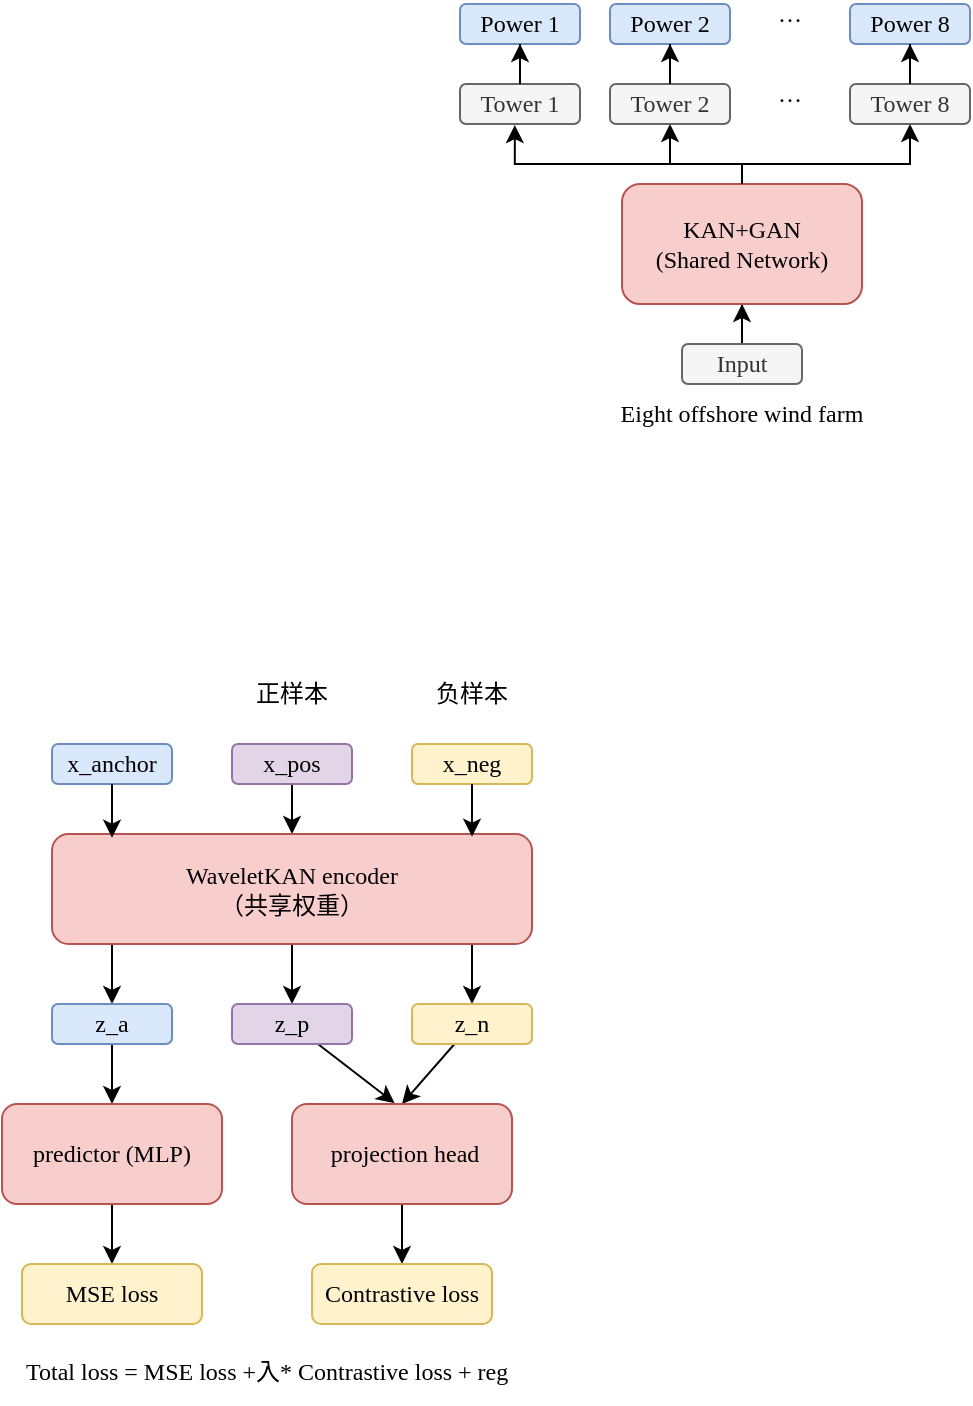
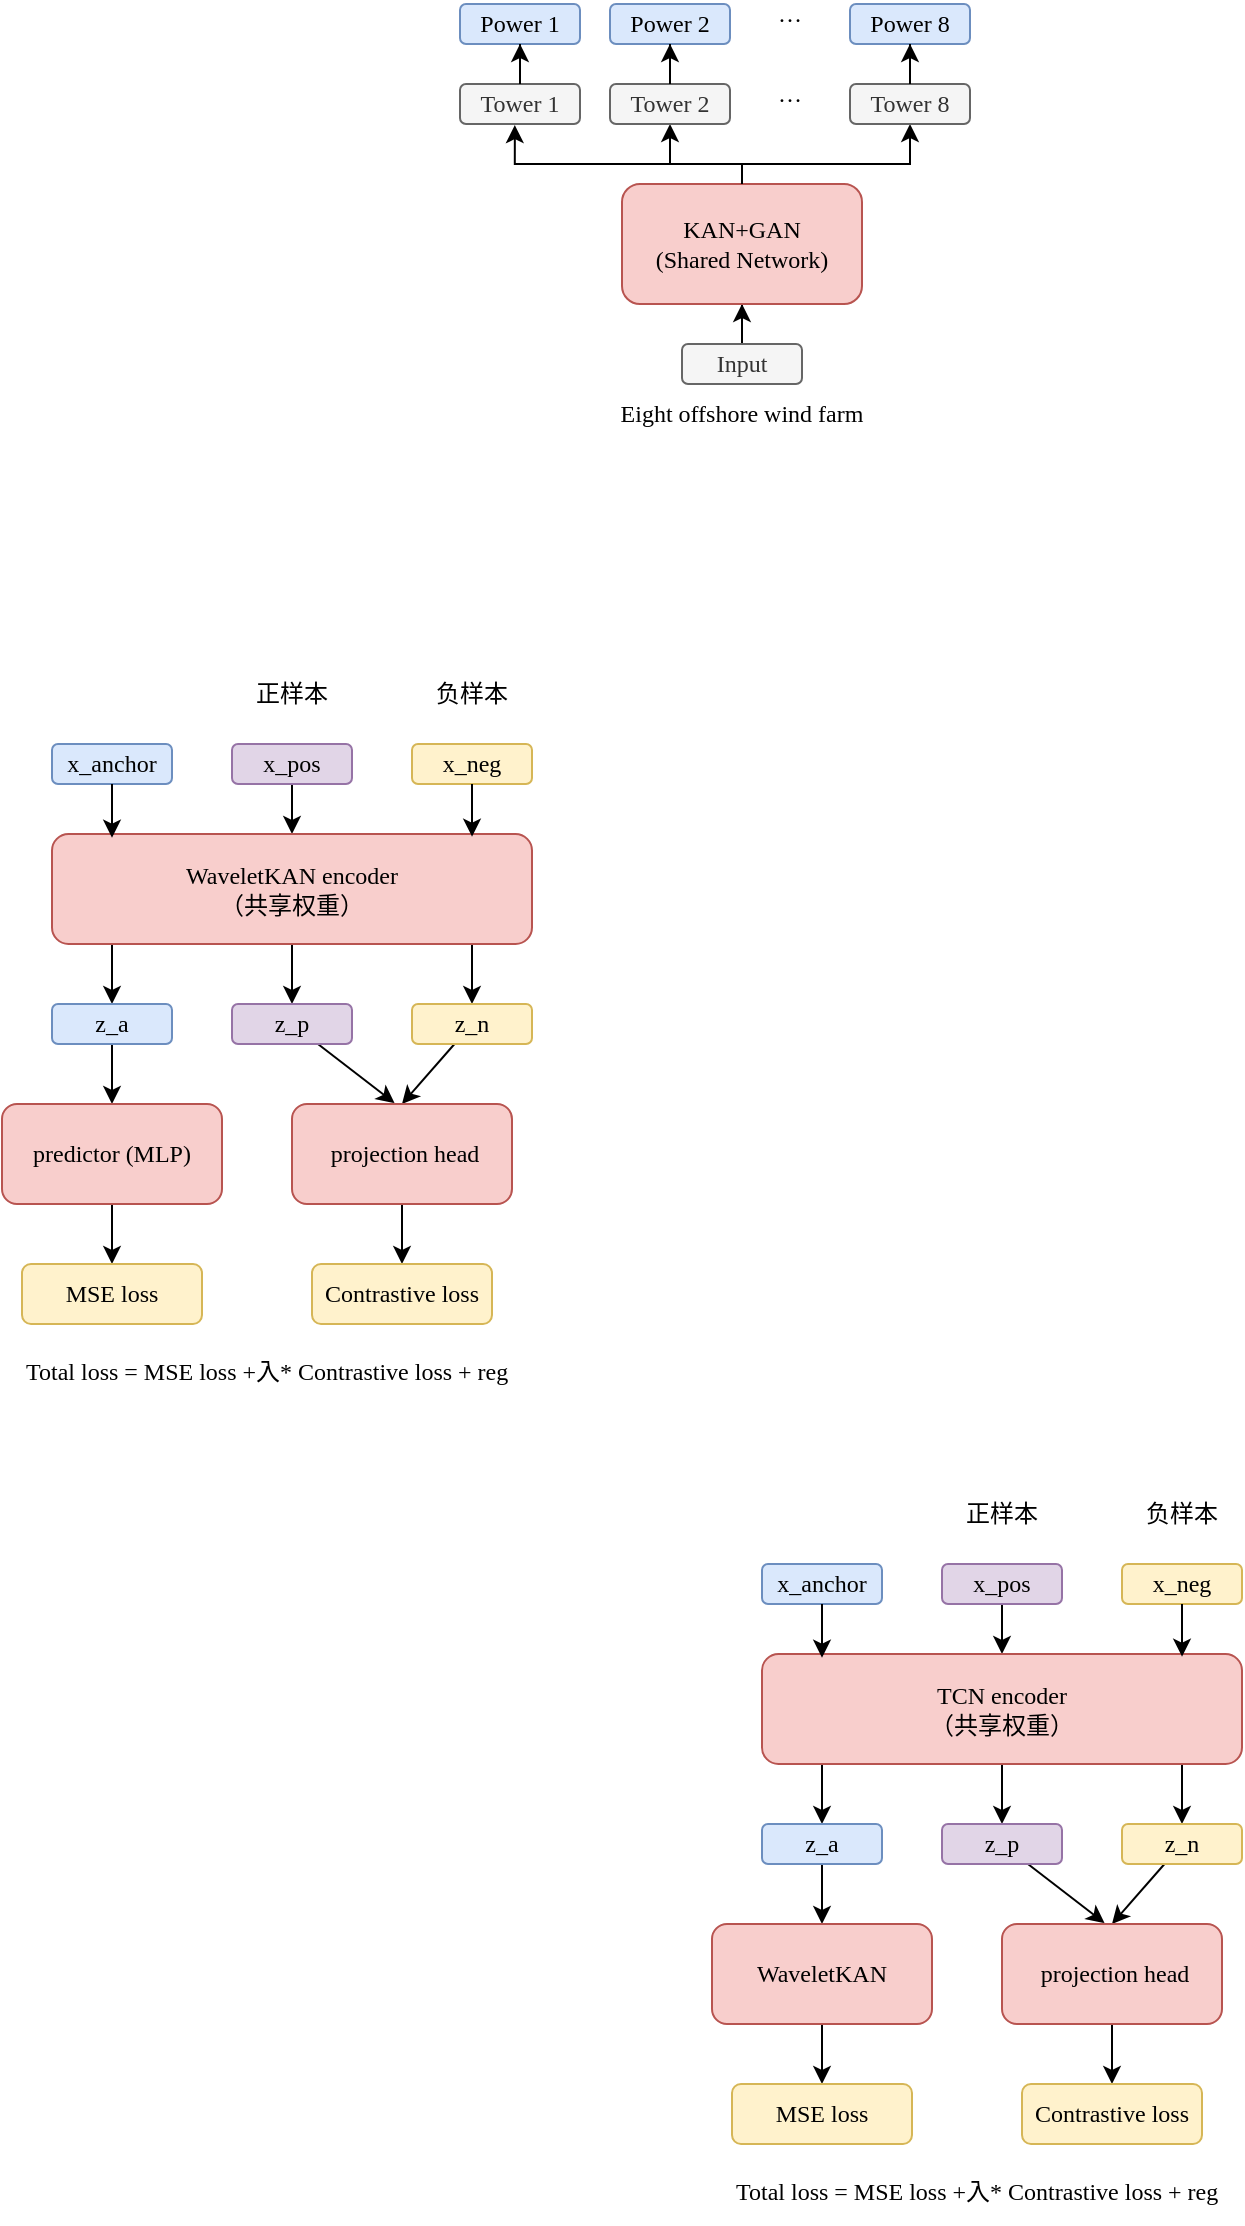
- <mxfile host="app.diagrams.net" agent="Mozilla/5.0 (Windows NT 10.0; Win64; x64) AppleWebKit/537.36 (KHTML, like Gecko) Chrome/146.0.0.0 Safari/537.36" version="29.6.3">
+ <mxfile host="app.diagrams.net" agent="Mozilla/5.0 (Windows NT 10.0; Win64; x64) AppleWebKit/537.36 (KHTML, like Gecko) Chrome/146.0.0.0 Safari/537.36" version="29.6.4">
  <diagram name="第 1 页" id="kMOEjnf2m4gCsTgA1ALF">
-     <mxGraphModel dx="937" dy="482" grid="1" gridSize="10" guides="1" tooltips="1" connect="1" arrows="1" fold="1" page="1" pageScale="1" pageWidth="827" pageHeight="1169" math="0" shadow="0">
+     <mxGraphModel dx="780" dy="402" grid="1" gridSize="10" guides="1" tooltips="1" connect="1" arrows="1" fold="1" page="1" pageScale="1" pageWidth="827" pageHeight="1169" math="0" shadow="0">
      <root>
        <mxCell id="0" />
        <mxCell id="1" parent="0" />
        <mxCell id="ZLksKjjpbMuCjL11xuUw-4" edge="1" parent="1" source="ZLksKjjpbMuCjL11xuUw-1" style="edgeStyle=orthogonalEdgeStyle;rounded=0;orthogonalLoop=1;jettySize=auto;html=1;" target="ZLksKjjpbMuCjL11xuUw-3">
          <mxGeometry relative="1" as="geometry" />
        </mxCell>
        <mxCell id="ZLksKjjpbMuCjL11xuUw-1" parent="1" style="rounded=1;whiteSpace=wrap;html=1;fontFamily=Times New Roman;fillColor=#f5f5f5;fontColor=#333333;strokeColor=#666666;" value="Input" vertex="1">
          <mxGeometry height="20" width="60" x="525" y="310" as="geometry" />
        </mxCell>
        <mxCell id="ZLksKjjpbMuCjL11xuUw-2" parent="1" style="text;html=1;whiteSpace=wrap;strokeColor=none;fillColor=none;align=center;verticalAlign=middle;rounded=0;fontFamily=Times New Roman;" value="Eight offshore wind farm" vertex="1">
          <mxGeometry height="30" width="150" x="480" y="330" as="geometry" />
        </mxCell>
        <mxCell id="ZLksKjjpbMuCjL11xuUw-11" edge="1" parent="1" source="ZLksKjjpbMuCjL11xuUw-3" style="edgeStyle=orthogonalEdgeStyle;rounded=0;orthogonalLoop=1;jettySize=auto;html=1;entryX=0.5;entryY=1;entryDx=0;entryDy=0;" target="ZLksKjjpbMuCjL11xuUw-6">
          <mxGeometry relative="1" as="geometry">
            <Array as="points">
              <mxPoint x="555" y="220" />
              <mxPoint x="519" y="220" />
            </Array>
          </mxGeometry>
        </mxCell>
        <mxCell id="ZLksKjjpbMuCjL11xuUw-12" edge="1" parent="1" source="ZLksKjjpbMuCjL11xuUw-3" style="edgeStyle=orthogonalEdgeStyle;rounded=0;orthogonalLoop=1;jettySize=auto;html=1;entryX=0.5;entryY=1;entryDx=0;entryDy=0;" target="ZLksKjjpbMuCjL11xuUw-7">
          <mxGeometry relative="1" as="geometry">
            <Array as="points">
              <mxPoint x="555" y="220" />
              <mxPoint x="639" y="220" />
            </Array>
          </mxGeometry>
        </mxCell>
        <mxCell id="ZLksKjjpbMuCjL11xuUw-3" parent="1" style="rounded=1;whiteSpace=wrap;html=1;fillColor=#f8cecc;strokeColor=#b85450;" value="&lt;font face=&quot;Times New Roman&quot;&gt;KAN+GAN&lt;/font&gt;&lt;div&gt;&lt;font face=&quot;Times New Roman&quot;&gt;(&lt;/font&gt;&lt;span style=&quot;background-color: transparent; font-size: 12px;&quot;&gt;&lt;font face=&quot;Times New Roman&quot;&gt;Shared Network&lt;/font&gt;&lt;/span&gt;&lt;span style=&quot;font-family: &amp;quot;Times New Roman&amp;quot;; background-color: transparent; color: light-dark(rgb(0, 0, 0), rgb(255, 255, 255));&quot;&gt;)&lt;/span&gt;&lt;/div&gt;" vertex="1">
          <mxGeometry height="60" width="120" x="495" y="230" as="geometry" />
        </mxCell>
        <mxCell id="ZLksKjjpbMuCjL11xuUw-9" connectable="0" parent="1" style="group" value="" vertex="1">
          <mxGeometry height="20" width="255" x="414" y="180" as="geometry" />
        </mxCell>
        <mxCell id="ZLksKjjpbMuCjL11xuUw-5" parent="ZLksKjjpbMuCjL11xuUw-9" style="rounded=1;whiteSpace=wrap;html=1;fontFamily=Times New Roman;fillColor=#f5f5f5;fontColor=#333333;strokeColor=#666666;" value="Tower 1" vertex="1">
          <mxGeometry height="20" width="60" as="geometry" />
        </mxCell>
        <mxCell id="ZLksKjjpbMuCjL11xuUw-6" parent="ZLksKjjpbMuCjL11xuUw-9" style="rounded=1;whiteSpace=wrap;html=1;fontFamily=Times New Roman;fillColor=#f5f5f5;fontColor=#333333;strokeColor=#666666;" value="Tower 2" vertex="1">
          <mxGeometry height="20" width="60" x="75" as="geometry" />
        </mxCell>
        <mxCell id="ZLksKjjpbMuCjL11xuUw-7" parent="ZLksKjjpbMuCjL11xuUw-9" style="rounded=1;whiteSpace=wrap;html=1;fontFamily=Times New Roman;fillColor=#f5f5f5;fontColor=#333333;strokeColor=#666666;" value="Tower 8" vertex="1">
          <mxGeometry height="20" width="60" x="195" as="geometry" />
        </mxCell>
        <mxCell id="ZLksKjjpbMuCjL11xuUw-8" parent="ZLksKjjpbMuCjL11xuUw-9" style="text;html=1;whiteSpace=wrap;strokeColor=none;fillColor=none;align=center;verticalAlign=middle;rounded=0;fontFamily=Times New Roman;" value="…" vertex="1">
          <mxGeometry height="10" width="60" x="135" as="geometry" />
        </mxCell>
        <mxCell id="ZLksKjjpbMuCjL11xuUw-10" edge="1" parent="1" source="ZLksKjjpbMuCjL11xuUw-3" style="edgeStyle=orthogonalEdgeStyle;rounded=0;orthogonalLoop=1;jettySize=auto;html=1;entryX=0.457;entryY=1.028;entryDx=0;entryDy=0;entryPerimeter=0;" target="ZLksKjjpbMuCjL11xuUw-5">
          <mxGeometry relative="1" as="geometry">
            <Array as="points">
              <mxPoint x="555" y="220" />
              <mxPoint x="441" y="220" />
            </Array>
          </mxGeometry>
        </mxCell>
        <mxCell id="ZLksKjjpbMuCjL11xuUw-13" connectable="0" parent="1" style="group" value="" vertex="1">
          <mxGeometry height="20" width="255" x="414" y="140" as="geometry" />
        </mxCell>
        <mxCell id="ZLksKjjpbMuCjL11xuUw-14" parent="ZLksKjjpbMuCjL11xuUw-13" style="rounded=1;whiteSpace=wrap;html=1;fontFamily=Times New Roman;fillColor=#dae8fc;strokeColor=#6c8ebf;" value="Power 1" vertex="1">
          <mxGeometry height="20" width="60" as="geometry" />
        </mxCell>
        <mxCell id="ZLksKjjpbMuCjL11xuUw-15" parent="ZLksKjjpbMuCjL11xuUw-13" style="rounded=1;whiteSpace=wrap;html=1;fontFamily=Times New Roman;fillColor=#dae8fc;strokeColor=#6c8ebf;" value="Power 2" vertex="1">
          <mxGeometry height="20" width="60" x="75" as="geometry" />
        </mxCell>
        <mxCell id="ZLksKjjpbMuCjL11xuUw-16" parent="ZLksKjjpbMuCjL11xuUw-13" style="rounded=1;whiteSpace=wrap;html=1;fontFamily=Times New Roman;fillColor=#dae8fc;strokeColor=#6c8ebf;" value="Power 8" vertex="1">
          <mxGeometry height="20" width="60" x="195" as="geometry" />
        </mxCell>
        <mxCell id="ZLksKjjpbMuCjL11xuUw-17" parent="ZLksKjjpbMuCjL11xuUw-13" style="text;html=1;whiteSpace=wrap;strokeColor=none;fillColor=none;align=center;verticalAlign=middle;rounded=0;fontFamily=Times New Roman;" value="…" vertex="1">
          <mxGeometry height="10" width="60" x="135" as="geometry" />
        </mxCell>
        <mxCell id="ZLksKjjpbMuCjL11xuUw-18" edge="1" parent="1" source="ZLksKjjpbMuCjL11xuUw-5" style="edgeStyle=orthogonalEdgeStyle;rounded=0;orthogonalLoop=1;jettySize=auto;html=1;entryX=0.5;entryY=1;entryDx=0;entryDy=0;" target="ZLksKjjpbMuCjL11xuUw-14">
          <mxGeometry relative="1" as="geometry" />
        </mxCell>
        <mxCell id="ZLksKjjpbMuCjL11xuUw-19" edge="1" parent="1" source="ZLksKjjpbMuCjL11xuUw-6" style="edgeStyle=orthogonalEdgeStyle;rounded=0;orthogonalLoop=1;jettySize=auto;html=1;entryX=0.5;entryY=1;entryDx=0;entryDy=0;" target="ZLksKjjpbMuCjL11xuUw-15">
          <mxGeometry relative="1" as="geometry" />
        </mxCell>
        <mxCell id="ZLksKjjpbMuCjL11xuUw-20" edge="1" parent="1" source="ZLksKjjpbMuCjL11xuUw-7" style="edgeStyle=orthogonalEdgeStyle;rounded=0;orthogonalLoop=1;jettySize=auto;html=1;entryX=0.5;entryY=1;entryDx=0;entryDy=0;" target="ZLksKjjpbMuCjL11xuUw-16">
          <mxGeometry relative="1" as="geometry" />
        </mxCell>
        <mxCell id="qtDfmKenTDEe2H9ezxH7-1" parent="1" style="rounded=1;whiteSpace=wrap;html=1;fontFamily=Times New Roman;fillColor=#dae8fc;strokeColor=#6c8ebf;" value="x_anchor" vertex="1">
          <mxGeometry height="20" width="60" x="210" y="510" as="geometry" />
        </mxCell>
        <mxCell id="qtDfmKenTDEe2H9ezxH7-9" edge="1" parent="1" source="qtDfmKenTDEe2H9ezxH7-2" style="edgeStyle=orthogonalEdgeStyle;rounded=0;orthogonalLoop=1;jettySize=auto;html=1;entryX=0.5;entryY=0;entryDx=0;entryDy=0;" target="qtDfmKenTDEe2H9ezxH7-4">
          <mxGeometry relative="1" as="geometry" />
        </mxCell>
        <mxCell id="qtDfmKenTDEe2H9ezxH7-2" parent="1" style="rounded=1;whiteSpace=wrap;html=1;fontFamily=Times New Roman;fillColor=#e1d5e7;strokeColor=#9673a6;" value="x_pos" vertex="1">
          <mxGeometry height="20" width="60" x="300" y="510" as="geometry" />
        </mxCell>
        <mxCell id="qtDfmKenTDEe2H9ezxH7-3" parent="1" style="rounded=1;whiteSpace=wrap;html=1;fontFamily=Times New Roman;fillColor=#fff2cc;strokeColor=#d6b656;" value="x_neg" vertex="1">
          <mxGeometry height="20" width="60" x="390" y="510" as="geometry" />
        </mxCell>
        <mxCell id="qtDfmKenTDEe2H9ezxH7-11" edge="1" parent="1" source="qtDfmKenTDEe2H9ezxH7-4" style="edgeStyle=orthogonalEdgeStyle;rounded=0;orthogonalLoop=1;jettySize=auto;html=1;entryX=0.5;entryY=0;entryDx=0;entryDy=0;" target="qtDfmKenTDEe2H9ezxH7-6">
          <mxGeometry relative="1" as="geometry" />
        </mxCell>
        <mxCell id="qtDfmKenTDEe2H9ezxH7-12" edge="1" parent="1" source="qtDfmKenTDEe2H9ezxH7-4" style="edgeStyle=orthogonalEdgeStyle;rounded=0;orthogonalLoop=1;jettySize=auto;html=1;entryX=0.5;entryY=0;entryDx=0;entryDy=0;" target="qtDfmKenTDEe2H9ezxH7-7">
          <mxGeometry relative="1" as="geometry">
            <Array as="points">
              <mxPoint x="420" y="620" />
              <mxPoint x="420" y="620" />
            </Array>
          </mxGeometry>
        </mxCell>
        <mxCell id="qtDfmKenTDEe2H9ezxH7-13" edge="1" parent="1" source="qtDfmKenTDEe2H9ezxH7-4" style="edgeStyle=orthogonalEdgeStyle;rounded=0;orthogonalLoop=1;jettySize=auto;html=1;" target="qtDfmKenTDEe2H9ezxH7-5">
          <mxGeometry relative="1" as="geometry">
            <Array as="points">
              <mxPoint x="240" y="620" />
              <mxPoint x="240" y="620" />
            </Array>
          </mxGeometry>
        </mxCell>
        <mxCell id="qtDfmKenTDEe2H9ezxH7-4" parent="1" style="rounded=1;whiteSpace=wrap;html=1;fillColor=#f8cecc;strokeColor=#b85450;" value="&lt;font face=&quot;Times New Roman&quot;&gt;&lt;span style=&quot;font-size: 12px;&quot;&gt;WaveletKAN encoder&lt;/span&gt;&lt;/font&gt;&lt;div&gt;&lt;font face=&quot;Times New Roman&quot;&gt;&lt;span style=&quot;font-size: 12px;&quot;&gt;（共享权重）&lt;/span&gt;&lt;/font&gt;&lt;/div&gt;" vertex="1">
          <mxGeometry height="55" width="240" x="210" y="555" as="geometry" />
        </mxCell>
        <mxCell id="qtDfmKenTDEe2H9ezxH7-22" edge="1" parent="1" source="qtDfmKenTDEe2H9ezxH7-5" style="edgeStyle=orthogonalEdgeStyle;rounded=0;orthogonalLoop=1;jettySize=auto;html=1;entryX=0.5;entryY=0;entryDx=0;entryDy=0;" target="qtDfmKenTDEe2H9ezxH7-14">
          <mxGeometry relative="1" as="geometry" />
        </mxCell>
        <mxCell id="qtDfmKenTDEe2H9ezxH7-5" parent="1" style="rounded=1;whiteSpace=wrap;html=1;fontFamily=Times New Roman;fillColor=#dae8fc;strokeColor=#6c8ebf;" value="z_a" vertex="1">
          <mxGeometry height="20" width="60" x="210" y="640" as="geometry" />
        </mxCell>
        <mxCell id="qtDfmKenTDEe2H9ezxH7-18" edge="1" parent="1" source="qtDfmKenTDEe2H9ezxH7-6" style="rounded=0;orthogonalLoop=1;jettySize=auto;html=1;entryX=0.466;entryY=-0.009;entryDx=0;entryDy=0;entryPerimeter=0;" target="qtDfmKenTDEe2H9ezxH7-15">
          <mxGeometry relative="1" as="geometry" />
        </mxCell>
        <mxCell id="qtDfmKenTDEe2H9ezxH7-6" parent="1" style="rounded=1;whiteSpace=wrap;html=1;fontFamily=Times New Roman;fillColor=#e1d5e7;strokeColor=#9673a6;" value="z_p" vertex="1">
          <mxGeometry height="20" width="60" x="300" y="640" as="geometry" />
        </mxCell>
        <mxCell id="qtDfmKenTDEe2H9ezxH7-19" edge="1" parent="1" source="qtDfmKenTDEe2H9ezxH7-7" style="rounded=0;orthogonalLoop=1;jettySize=auto;html=1;entryX=0.5;entryY=0;entryDx=0;entryDy=0;" target="qtDfmKenTDEe2H9ezxH7-15">
          <mxGeometry relative="1" as="geometry" />
        </mxCell>
        <mxCell id="qtDfmKenTDEe2H9ezxH7-7" parent="1" style="rounded=1;whiteSpace=wrap;html=1;fontFamily=Times New Roman;fillColor=#fff2cc;strokeColor=#d6b656;" value="z_n" vertex="1">
          <mxGeometry height="20" width="60" x="390" y="640" as="geometry" />
        </mxCell>
        <mxCell id="qtDfmKenTDEe2H9ezxH7-8" edge="1" parent="1" source="qtDfmKenTDEe2H9ezxH7-1" style="edgeStyle=orthogonalEdgeStyle;rounded=0;orthogonalLoop=1;jettySize=auto;html=1;entryX=0.125;entryY=0.034;entryDx=0;entryDy=0;entryPerimeter=0;" target="qtDfmKenTDEe2H9ezxH7-4">
          <mxGeometry relative="1" as="geometry" />
        </mxCell>
        <mxCell id="qtDfmKenTDEe2H9ezxH7-10" edge="1" parent="1" source="qtDfmKenTDEe2H9ezxH7-3" style="edgeStyle=orthogonalEdgeStyle;rounded=0;orthogonalLoop=1;jettySize=auto;html=1;entryX=0.875;entryY=0.024;entryDx=0;entryDy=0;entryPerimeter=0;" target="qtDfmKenTDEe2H9ezxH7-4">
          <mxGeometry relative="1" as="geometry" />
        </mxCell>
        <mxCell id="qtDfmKenTDEe2H9ezxH7-20" edge="1" parent="1" source="qtDfmKenTDEe2H9ezxH7-14" style="edgeStyle=orthogonalEdgeStyle;rounded=0;orthogonalLoop=1;jettySize=auto;html=1;entryX=0.5;entryY=0;entryDx=0;entryDy=0;" target="qtDfmKenTDEe2H9ezxH7-16">
          <mxGeometry relative="1" as="geometry" />
        </mxCell>
        <mxCell id="qtDfmKenTDEe2H9ezxH7-14" parent="1" style="rounded=1;whiteSpace=wrap;html=1;fillColor=#f8cecc;strokeColor=#b85450;" value="&lt;font face=&quot;Times New Roman&quot;&gt;&lt;span style=&quot;font-size: 12px;&quot;&gt;predictor (MLP)&lt;/span&gt;&lt;/font&gt;" vertex="1">
          <mxGeometry height="50" width="110" x="185" y="690" as="geometry" />
        </mxCell>
        <mxCell id="qtDfmKenTDEe2H9ezxH7-21" edge="1" parent="1" source="qtDfmKenTDEe2H9ezxH7-15" style="edgeStyle=orthogonalEdgeStyle;rounded=0;orthogonalLoop=1;jettySize=auto;html=1;" target="qtDfmKenTDEe2H9ezxH7-17">
          <mxGeometry relative="1" as="geometry" />
        </mxCell>
        <mxCell id="qtDfmKenTDEe2H9ezxH7-15" parent="1" style="rounded=1;whiteSpace=wrap;html=1;fillColor=#f8cecc;strokeColor=#b85450;" value="&lt;font face=&quot;Times New Roman&quot;&gt;&lt;span style=&quot;font-size: 12px;&quot;&gt;&amp;nbsp;projection head&lt;/span&gt;&lt;/font&gt;" vertex="1">
          <mxGeometry height="50" width="110" x="330" y="690" as="geometry" />
        </mxCell>
        <mxCell id="qtDfmKenTDEe2H9ezxH7-16" parent="1" style="rounded=1;whiteSpace=wrap;html=1;fontFamily=Times New Roman;fillColor=#fff2cc;strokeColor=#d6b656;" value="MSE loss" vertex="1">
          <mxGeometry height="30" width="90" x="195" y="770" as="geometry" />
        </mxCell>
        <mxCell id="qtDfmKenTDEe2H9ezxH7-17" parent="1" style="rounded=1;whiteSpace=wrap;html=1;fontFamily=Times New Roman;fillColor=#fff2cc;strokeColor=#d6b656;" value="Contrastive&amp;nbsp;loss" vertex="1">
          <mxGeometry height="30" width="90" x="340" y="770" as="geometry" />
        </mxCell>
        <mxCell id="qtDfmKenTDEe2H9ezxH7-23" parent="1" style="text;whiteSpace=wrap;fontFamily=Times New Roman;" value="Total loss = MSE loss +入* Contrastive loss + reg" vertex="1">
          <mxGeometry height="30" width="255" x="195" y="810" as="geometry" />
        </mxCell>
        <mxCell id="qtDfmKenTDEe2H9ezxH7-24" parent="1" style="text;html=1;whiteSpace=wrap;strokeColor=none;fillColor=none;align=center;verticalAlign=middle;rounded=0;" value="正样本" vertex="1">
          <mxGeometry height="30" width="60" x="300" y="470" as="geometry" />
        </mxCell>
        <mxCell id="qtDfmKenTDEe2H9ezxH7-25" parent="1" style="text;html=1;whiteSpace=wrap;strokeColor=none;fillColor=none;align=center;verticalAlign=middle;rounded=0;" value="负样本" vertex="1">
          <mxGeometry height="30" width="60" x="390" y="470" as="geometry" />
        </mxCell>
+         <mxCell id="Txm3j0o09Tfv61zlQ3OZ-1" parent="1" style="rounded=1;whiteSpace=wrap;html=1;fontFamily=Times New Roman;fillColor=#dae8fc;strokeColor=#6c8ebf;" value="x_anchor" vertex="1">
+           <mxGeometry height="20" width="60" x="565" y="920" as="geometry" />
+         </mxCell>
+         <mxCell id="Txm3j0o09Tfv61zlQ3OZ-2" edge="1" parent="1" source="Txm3j0o09Tfv61zlQ3OZ-3" style="edgeStyle=orthogonalEdgeStyle;rounded=0;orthogonalLoop=1;jettySize=auto;html=1;entryX=0.5;entryY=0;entryDx=0;entryDy=0;" target="Txm3j0o09Tfv61zlQ3OZ-8">
+           <mxGeometry relative="1" as="geometry" />
+         </mxCell>
+         <mxCell id="Txm3j0o09Tfv61zlQ3OZ-3" parent="1" style="rounded=1;whiteSpace=wrap;html=1;fontFamily=Times New Roman;fillColor=#e1d5e7;strokeColor=#9673a6;" value="x_pos" vertex="1">
+           <mxGeometry height="20" width="60" x="655" y="920" as="geometry" />
+         </mxCell>
+         <mxCell id="Txm3j0o09Tfv61zlQ3OZ-4" parent="1" style="rounded=1;whiteSpace=wrap;html=1;fontFamily=Times New Roman;fillColor=#fff2cc;strokeColor=#d6b656;" value="x_neg" vertex="1">
+           <mxGeometry height="20" width="60" x="745" y="920" as="geometry" />
+         </mxCell>
+         <mxCell id="Txm3j0o09Tfv61zlQ3OZ-5" edge="1" parent="1" source="Txm3j0o09Tfv61zlQ3OZ-8" style="edgeStyle=orthogonalEdgeStyle;rounded=0;orthogonalLoop=1;jettySize=auto;html=1;entryX=0.5;entryY=0;entryDx=0;entryDy=0;" target="Txm3j0o09Tfv61zlQ3OZ-12">
+           <mxGeometry relative="1" as="geometry" />
+         </mxCell>
+         <mxCell id="Txm3j0o09Tfv61zlQ3OZ-6" edge="1" parent="1" source="Txm3j0o09Tfv61zlQ3OZ-8" style="edgeStyle=orthogonalEdgeStyle;rounded=0;orthogonalLoop=1;jettySize=auto;html=1;entryX=0.5;entryY=0;entryDx=0;entryDy=0;" target="Txm3j0o09Tfv61zlQ3OZ-14">
+           <mxGeometry relative="1" as="geometry">
+             <Array as="points">
+               <mxPoint x="775" y="1030" />
+               <mxPoint x="775" y="1030" />
+             </Array>
+           </mxGeometry>
+         </mxCell>
+         <mxCell id="Txm3j0o09Tfv61zlQ3OZ-7" edge="1" parent="1" source="Txm3j0o09Tfv61zlQ3OZ-8" style="edgeStyle=orthogonalEdgeStyle;rounded=0;orthogonalLoop=1;jettySize=auto;html=1;" target="Txm3j0o09Tfv61zlQ3OZ-10">
+           <mxGeometry relative="1" as="geometry">
+             <Array as="points">
+               <mxPoint x="595" y="1030" />
+               <mxPoint x="595" y="1030" />
+             </Array>
+           </mxGeometry>
+         </mxCell>
+         <mxCell id="Txm3j0o09Tfv61zlQ3OZ-8" parent="1" style="rounded=1;whiteSpace=wrap;html=1;fillColor=#f8cecc;strokeColor=#b85450;" value="&lt;font face=&quot;Times New Roman&quot;&gt;&lt;span style=&quot;font-size: 12px;&quot;&gt;TCN encoder&lt;/span&gt;&lt;/font&gt;&lt;div&gt;&lt;font face=&quot;Times New Roman&quot;&gt;&lt;span style=&quot;font-size: 12px;&quot;&gt;（共享权重）&lt;/span&gt;&lt;/font&gt;&lt;/div&gt;" vertex="1">
+           <mxGeometry height="55" width="240" x="565" y="965" as="geometry" />
+         </mxCell>
+         <mxCell id="Txm3j0o09Tfv61zlQ3OZ-9" edge="1" parent="1" source="Txm3j0o09Tfv61zlQ3OZ-10" style="edgeStyle=orthogonalEdgeStyle;rounded=0;orthogonalLoop=1;jettySize=auto;html=1;entryX=0.5;entryY=0;entryDx=0;entryDy=0;" target="Txm3j0o09Tfv61zlQ3OZ-18">
+           <mxGeometry relative="1" as="geometry" />
+         </mxCell>
+         <mxCell id="Txm3j0o09Tfv61zlQ3OZ-10" parent="1" style="rounded=1;whiteSpace=wrap;html=1;fontFamily=Times New Roman;fillColor=#dae8fc;strokeColor=#6c8ebf;" value="z_a" vertex="1">
+           <mxGeometry height="20" width="60" x="565" y="1050" as="geometry" />
+         </mxCell>
+         <mxCell id="Txm3j0o09Tfv61zlQ3OZ-11" edge="1" parent="1" source="Txm3j0o09Tfv61zlQ3OZ-12" style="rounded=0;orthogonalLoop=1;jettySize=auto;html=1;entryX=0.466;entryY=-0.009;entryDx=0;entryDy=0;entryPerimeter=0;" target="Txm3j0o09Tfv61zlQ3OZ-20">
+           <mxGeometry relative="1" as="geometry" />
+         </mxCell>
+         <mxCell id="Txm3j0o09Tfv61zlQ3OZ-12" parent="1" style="rounded=1;whiteSpace=wrap;html=1;fontFamily=Times New Roman;fillColor=#e1d5e7;strokeColor=#9673a6;" value="z_p" vertex="1">
+           <mxGeometry height="20" width="60" x="655" y="1050" as="geometry" />
+         </mxCell>
+         <mxCell id="Txm3j0o09Tfv61zlQ3OZ-13" edge="1" parent="1" source="Txm3j0o09Tfv61zlQ3OZ-14" style="rounded=0;orthogonalLoop=1;jettySize=auto;html=1;entryX=0.5;entryY=0;entryDx=0;entryDy=0;" target="Txm3j0o09Tfv61zlQ3OZ-20">
+           <mxGeometry relative="1" as="geometry" />
+         </mxCell>
+         <mxCell id="Txm3j0o09Tfv61zlQ3OZ-14" parent="1" style="rounded=1;whiteSpace=wrap;html=1;fontFamily=Times New Roman;fillColor=#fff2cc;strokeColor=#d6b656;" value="z_n" vertex="1">
+           <mxGeometry height="20" width="60" x="745" y="1050" as="geometry" />
+         </mxCell>
+         <mxCell id="Txm3j0o09Tfv61zlQ3OZ-15" edge="1" parent="1" source="Txm3j0o09Tfv61zlQ3OZ-1" style="edgeStyle=orthogonalEdgeStyle;rounded=0;orthogonalLoop=1;jettySize=auto;html=1;entryX=0.125;entryY=0.034;entryDx=0;entryDy=0;entryPerimeter=0;" target="Txm3j0o09Tfv61zlQ3OZ-8">
+           <mxGeometry relative="1" as="geometry" />
+         </mxCell>
+         <mxCell id="Txm3j0o09Tfv61zlQ3OZ-16" edge="1" parent="1" source="Txm3j0o09Tfv61zlQ3OZ-4" style="edgeStyle=orthogonalEdgeStyle;rounded=0;orthogonalLoop=1;jettySize=auto;html=1;entryX=0.875;entryY=0.024;entryDx=0;entryDy=0;entryPerimeter=0;" target="Txm3j0o09Tfv61zlQ3OZ-8">
+           <mxGeometry relative="1" as="geometry" />
+         </mxCell>
+         <mxCell id="Txm3j0o09Tfv61zlQ3OZ-17" edge="1" parent="1" source="Txm3j0o09Tfv61zlQ3OZ-18" style="edgeStyle=orthogonalEdgeStyle;rounded=0;orthogonalLoop=1;jettySize=auto;html=1;entryX=0.5;entryY=0;entryDx=0;entryDy=0;" target="Txm3j0o09Tfv61zlQ3OZ-21">
+           <mxGeometry relative="1" as="geometry" />
+         </mxCell>
+         <mxCell id="Txm3j0o09Tfv61zlQ3OZ-18" parent="1" style="rounded=1;whiteSpace=wrap;html=1;fillColor=#f8cecc;strokeColor=#b85450;" value="&lt;span style=&quot;font-family: &amp;quot;Times New Roman&amp;quot;;&quot;&gt;WaveletKAN&lt;/span&gt;" vertex="1">
+           <mxGeometry height="50" width="110" x="540" y="1100" as="geometry" />
+         </mxCell>
+         <mxCell id="Txm3j0o09Tfv61zlQ3OZ-19" edge="1" parent="1" source="Txm3j0o09Tfv61zlQ3OZ-20" style="edgeStyle=orthogonalEdgeStyle;rounded=0;orthogonalLoop=1;jettySize=auto;html=1;" target="Txm3j0o09Tfv61zlQ3OZ-22">
+           <mxGeometry relative="1" as="geometry" />
+         </mxCell>
+         <mxCell id="Txm3j0o09Tfv61zlQ3OZ-20" parent="1" style="rounded=1;whiteSpace=wrap;html=1;fillColor=#f8cecc;strokeColor=#b85450;" value="&lt;font face=&quot;Times New Roman&quot;&gt;&lt;span style=&quot;font-size: 12px;&quot;&gt;&amp;nbsp;projection head&lt;/span&gt;&lt;/font&gt;" vertex="1">
+           <mxGeometry height="50" width="110" x="685" y="1100" as="geometry" />
+         </mxCell>
+         <mxCell id="Txm3j0o09Tfv61zlQ3OZ-21" parent="1" style="rounded=1;whiteSpace=wrap;html=1;fontFamily=Times New Roman;fillColor=#fff2cc;strokeColor=#d6b656;" value="MSE loss" vertex="1">
+           <mxGeometry height="30" width="90" x="550" y="1180" as="geometry" />
+         </mxCell>
+         <mxCell id="Txm3j0o09Tfv61zlQ3OZ-22" parent="1" style="rounded=1;whiteSpace=wrap;html=1;fontFamily=Times New Roman;fillColor=#fff2cc;strokeColor=#d6b656;" value="Contrastive&amp;nbsp;loss" vertex="1">
+           <mxGeometry height="30" width="90" x="695" y="1180" as="geometry" />
+         </mxCell>
+         <mxCell id="Txm3j0o09Tfv61zlQ3OZ-23" parent="1" style="text;whiteSpace=wrap;fontFamily=Times New Roman;" value="Total loss = MSE loss +入* Contrastive loss + reg" vertex="1">
+           <mxGeometry height="30" width="255" x="550" y="1220" as="geometry" />
+         </mxCell>
+         <mxCell id="Txm3j0o09Tfv61zlQ3OZ-24" parent="1" style="text;html=1;whiteSpace=wrap;strokeColor=none;fillColor=none;align=center;verticalAlign=middle;rounded=0;" value="正样本" vertex="1">
+           <mxGeometry height="30" width="60" x="655" y="880" as="geometry" />
+         </mxCell>
+         <mxCell id="Txm3j0o09Tfv61zlQ3OZ-25" parent="1" style="text;html=1;whiteSpace=wrap;strokeColor=none;fillColor=none;align=center;verticalAlign=middle;rounded=0;" value="负样本" vertex="1">
+           <mxGeometry height="30" width="60" x="745" y="880" as="geometry" />
+         </mxCell>
      </root>
    </mxGraphModel>
  </diagram>
</mxfile>
